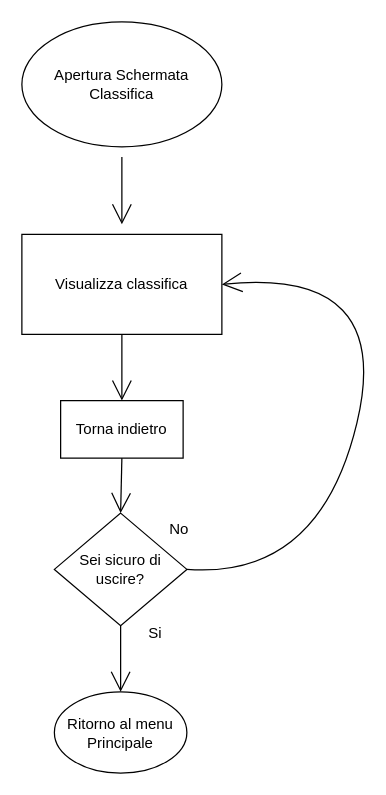
Before: doc/Progetti Drawio/FlowChart/FlowchartClassifica.drawio in zSavT/Healthy-Catering, a draw.io diagram. Source tidied: cells renumbered, new cells numbered last; positions are measured from the earlier drawing's top-left corner, leaving out a move shared by most shapes. Both pictures are drawn from the tidied source at 125%, with x=0, y=0 at pixel (21, 21).
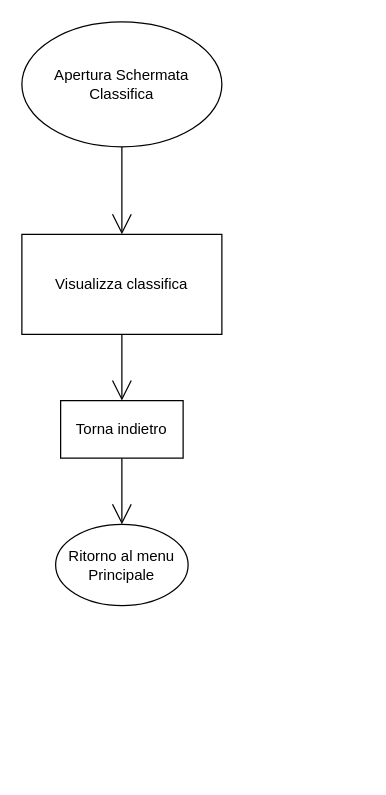
After the change.

The edit, as a diff of the source:
```diff
@@
 <mxGraphModel>
   <root>
     <mxCell id="0" />
     <mxCell id="1" parent="0" />
     <mxCell id="2" value="Visualizza classifica" style="rounded=0;whiteSpace=wrap;html=1;hachureGap=4;" parent="1" vertex="1">
       <mxGeometry y="170" width="160" height="80" as="geometry" />
     </mxCell>
-    <mxCell id="3" style="edgeStyle=none;curved=1;rounded=0;jettySize=auto;html=1;endArrow=open;startSize=14;endSize=14;sourcePerimeterSpacing=8;targetPerimeterSpacing=8;" parent="1" edge="1" source="4" target="2">
+    <mxCell id="3" style="edgeStyle=none;curved=1;rounded=0;jettySize=auto;html=1;endArrow=open;startSize=14;endSize=14;sourcePerimeterSpacing=8;targetPerimeterSpacing=8;entryX=0.5;entryY=0;entryDx=0;entryDy=0;exitX=0.5;exitY=1;exitDx=0;exitDy=0;" parent="1" edge="1" source="4" target="2">
       <mxGeometry relative="1" as="geometry" />
     </mxCell>
     <mxCell id="4" value="Apertura Schermata Classifica" style="ellipse;whiteSpace=wrap;html=1;hachureGap=4;" parent="1" vertex="1">
       <mxGeometry width="160" height="100" as="geometry" />
     </mxCell>
     <mxCell id="5" value="Torna indietro" style="rounded=0;whiteSpace=wrap;html=1;hachureGap=4;" parent="1" vertex="1">
       <mxGeometry x="31" y="303" width="98" height="46" as="geometry" />
     </mxCell>
     <mxCell id="6" style="edgeStyle=none;jettySize=auto;html=1;rounded=0;endArrow=open;startSize=14;endSize=14;sourcePerimeterSpacing=8;targetPerimeterSpacing=8;curved=1;exitX=0.5;exitY=1;exitDx=0;exitDy=0;entryX=0.5;entryY=0;entryDx=0;entryDy=0;" parent="1" edge="1" source="2" target="5">
       <mxGeometry relative="1" as="geometry" />
     </mxCell>
-    <mxCell id="7" value="Sei sicuro di uscire?" style="rhombus;whiteSpace=wrap;html=1;hachureGap=4;" parent="1" vertex="1">
-      <mxGeometry x="26" y="393" width="106" height="90" as="geometry" />
-    </mxCell>
-    <mxCell id="8" style="edgeStyle=none;jettySize=auto;html=1;rounded=0;endArrow=open;startSize=14;endSize=14;sourcePerimeterSpacing=8;targetPerimeterSpacing=8;curved=1;exitX=0.5;exitY=1;exitDx=0;exitDy=0;entryX=0.5;entryY=0;entryDx=0;entryDy=0;" parent="1" edge="1" source="5" target="7">
+    <mxCell id="8" style="edgeStyle=none;jettySize=auto;html=1;rounded=0;endArrow=open;startSize=14;endSize=14;sourcePerimeterSpacing=8;targetPerimeterSpacing=8;curved=1;exitX=0.5;exitY=1;exitDx=0;exitDy=0;entryX=0.5;entryY=0;entryDx=0;entryDy=0;" parent="1" edge="1" source="5" target="10">
       <mxGeometry relative="1" as="geometry" />
     </mxCell>
-    <mxCell id="9" value="No" style="text;strokeColor=none;fillColor=none;html=1;align=center;verticalAlign=middle;whiteSpace=wrap;rounded=0;hachureGap=4;" parent="1" vertex="1">
-      <mxGeometry x="96" y="391" width="60" height="30" as="geometry" />
-    </mxCell>
     <mxCell id="10" value="Ritorno al menu Principale" style="ellipse;whiteSpace=wrap;html=1;hachureGap=4;" parent="1" vertex="1">
-      <mxGeometry x="26" y="536" width="106" height="65" as="geometry" />
+      <mxGeometry x="27" y="402" width="106" height="65" as="geometry" />
     </mxCell>
-    <mxCell id="11" style="edgeStyle=none;jettySize=auto;html=1;rounded=0;endArrow=open;startSize=14;endSize=14;sourcePerimeterSpacing=8;targetPerimeterSpacing=8;curved=1;entryX=0.5;entryY=0;entryDx=0;entryDy=0;exitX=0.5;exitY=1;exitDx=0;exitDy=0;" parent="1" edge="1" source="7" target="10">
-      <mxGeometry relative="1" as="geometry" />
-    </mxCell>
-    <mxCell id="12" value="Si" style="text;strokeColor=none;fillColor=none;html=1;align=center;verticalAlign=middle;whiteSpace=wrap;rounded=0;hachureGap=4;" parent="1" vertex="1">
-      <mxGeometry x="77" y="474" width="60" height="30" as="geometry" />
-    </mxCell>
-    <mxCell id="13" style="edgeStyle=none;jettySize=auto;html=1;rounded=0;endArrow=open;startSize=14;endSize=14;sourcePerimeterSpacing=8;targetPerimeterSpacing=8;curved=1;exitX=1;exitY=0.5;exitDx=0;exitDy=0;entryX=1;entryY=0.5;entryDx=0;entryDy=0;" parent="1" edge="1" source="7" target="2">
-      <mxGeometry relative="1" as="geometry">
-        <Array as="points">
-          <mxPoint x="238" y="446" />
-          <mxPoint x="298" y="196" />
-        </Array>
-      </mxGeometry>
-    </mxCell>
   </root>
 </mxGraphModel>
```
